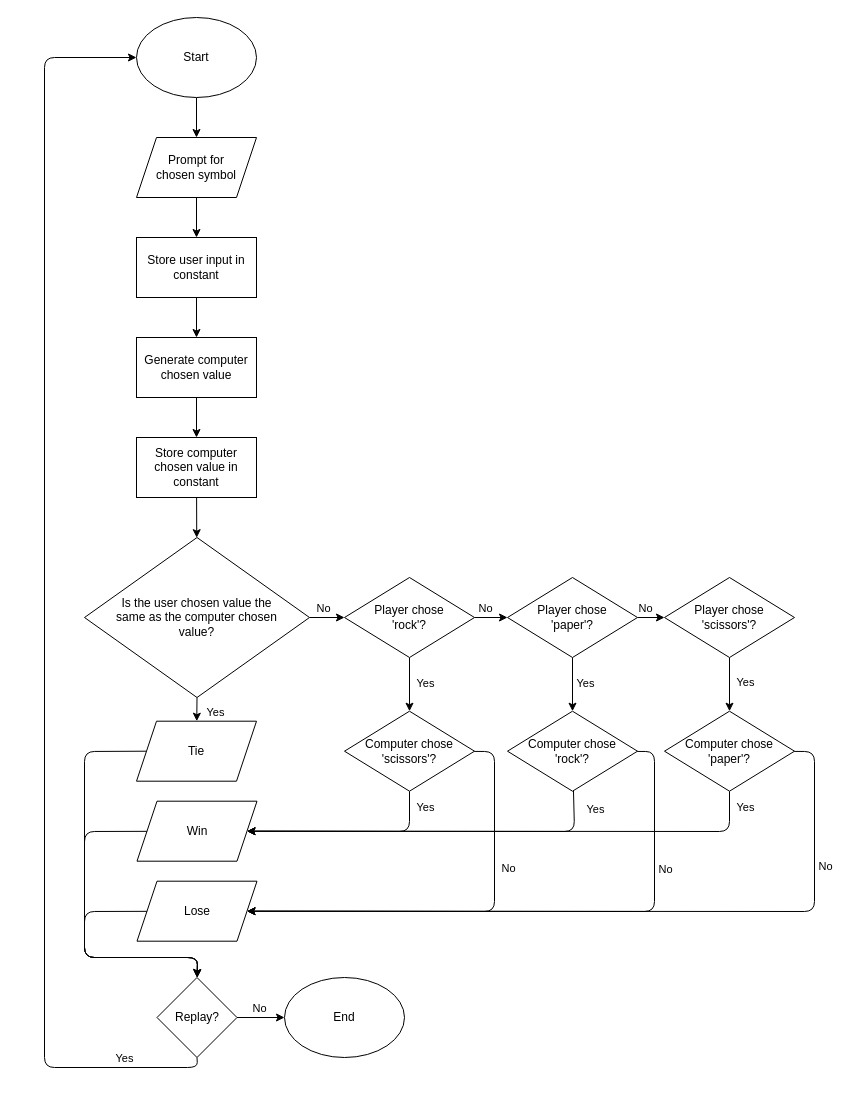
zoard-ehmann/odin-rock-paper-scissors keeps this draw.io diagram as algorithm/algorithm.drawio. Above is the earlier version. Source tidied: cells renumbered, new cells numbered last; positions are measured from the earlier drawing's top-left corner, leaving out a move shared by most shapes. Both pictures are drawn from the tidied source at 100%, with x=0, y=0 at pixel (44, 17).
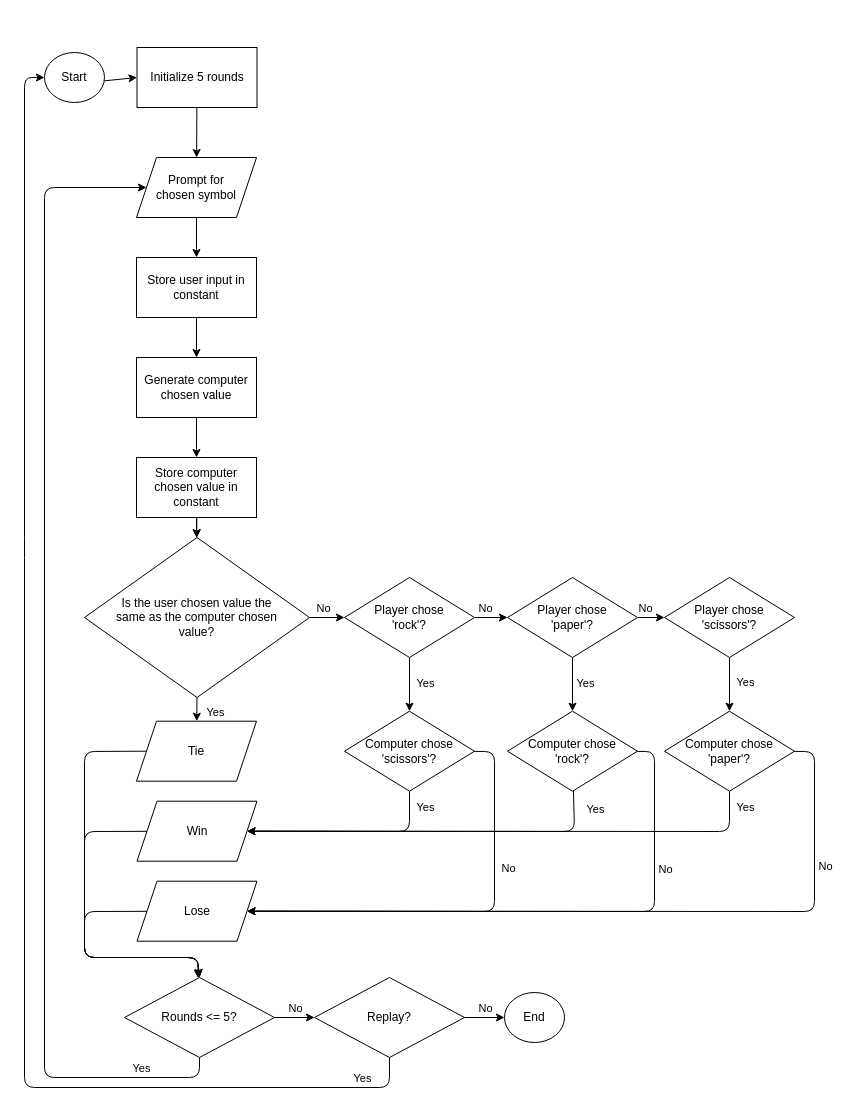
The same page after the edit.

Commit message (it also covers changes not shown here):
docs: Update algorithm with 5 rounds

Unchanged cells that the change refers to:
```xml
<mxCell id="12" value="Is the user chosen value the&lt;br&gt;same as the computer chosen&lt;br&gt;value?" style="rhombus;whiteSpace=wrap;html=1;" parent="1" vertex="1">
  <mxGeometry x="40" y="520" width="225" height="160" as="geometry" />
</mxCell>
```

What changed in the source:
```diff
@@
-    <mxCell id="2" style="edgeStyle=none;html=1;" parent="1" edge="1" source="3" target="21">
-      <mxGeometry relative="1" as="geometry" />
-    </mxCell>
+    <mxCell id="57" style="edgeStyle=none;html=1;" parent="1" edge="1" source="3" target="67">
+      <mxGeometry relative="1" as="geometry" />
+    </mxCell>
     <mxCell id="3" value="Start" style="ellipse;whiteSpace=wrap;html=1;" parent="1" vertex="1">
-      <mxGeometry x="92" width="120" height="80" as="geometry" />
+      <mxGeometry y="35" width="60" height="50" as="geometry" />
     </mxCell>
@@
     <mxCell id="5" value="Store user input in constant" style="rounded=0;whiteSpace=wrap;html=1;" parent="1" vertex="1">
-      <mxGeometry x="92" y="220" width="120" height="60" as="geometry" />
+      <mxGeometry x="92" y="240" width="120" height="60" as="geometry" />
     </mxCell>
@@
     <mxCell id="7" value="Generate computer chosen value" style="rounded=0;whiteSpace=wrap;html=1;" parent="1" vertex="1">
-      <mxGeometry x="92" y="320" width="120" height="60" as="geometry" />
+      <mxGeometry x="92" y="340" width="120" height="60" as="geometry" />
     </mxCell>
@@
     <mxCell id="21" value="Prompt for&lt;br&gt;chosen symbol" style="shape=parallelogram;perimeter=parallelogramPerimeter;whiteSpace=wrap;html=1;fixedSize=1;" parent="1" vertex="1">
-      <mxGeometry x="92" y="120" width="120" height="60" as="geometry" />
+      <mxGeometry x="92" y="140" width="120" height="60" as="geometry" />
     </mxCell>
-    <mxCell id="22" style="edgeStyle=none;html=1;" parent="1" edge="1" source="23" target="12">
-      <mxGeometry relative="1" as="geometry" />
+    <mxCell id="22" style="edgeStyle=none;html=1;" parent="1" edge="1" target="12">
+      <mxGeometry relative="1" as="geometry">
+        <mxPoint x="152.1" y="480" as="sourcePoint" />
+      </mxGeometry>
     </mxCell>
+    <mxCell id="58" style="edgeStyle=none;html=1;" parent="1" edge="1" source="23" target="12">
+      <mxGeometry relative="1" as="geometry" />
+    </mxCell>
     <mxCell id="23" value="Store computer chosen value in constant" style="rounded=0;whiteSpace=wrap;html=1;" parent="1" vertex="1">
-      <mxGeometry x="92" y="420" width="120" height="60" as="geometry" />
+      <mxGeometry x="92" y="440" width="120" height="60" as="geometry" />
     </mxCell>
-    <mxCell id="24" style="edgeStyle=none;html=1;entryX=0;entryY=0.5;entryDx=0;entryDy=0;exitX=0.5;exitY=1;exitDx=0;exitDy=0;" parent="1" edge="1" source="28" target="3">
+    <mxCell id="24" style="edgeStyle=none;html=1;entryX=0;entryY=0.5;entryDx=0;entryDy=0;exitX=0.5;exitY=1;exitDx=0;exitDy=0;" parent="1" edge="1" source="28" target="21">
       <mxGeometry relative="1" as="geometry">
         <Array as="points">
-          <mxPoint x="153" y="1050" />
-          <mxPoint y="1050" />
-          <mxPoint y="40" />
+          <mxPoint x="155" y="1060" />
+          <mxPoint y="1060" />
+          <mxPoint y="170" />
         </Array>
       </mxGeometry>
     </mxCell>
@@
-    <mxCell id="26" style="edgeStyle=none;html=1;" parent="1" edge="1" source="28" target="56">
-      <mxGeometry relative="1" as="geometry" />
-    </mxCell>
-    <mxCell id="27" value="No" style="edgeLabel;html=1;align=center;verticalAlign=middle;" parent="26" vertex="1">
-      <mxGeometry x="-0.52" y="-1" relative="1" as="geometry">
-        <mxPoint x="11" y="-11" as="offset" />
-      </mxGeometry>
-    </mxCell>
+    <mxCell id="59" style="edgeStyle=none;html=1;" parent="1" edge="1" source="28" target="65">
+      <mxGeometry relative="1" as="geometry" />
+    </mxCell>
+    <mxCell id="60" value="No" style="edgeLabel;html=1;align=center;verticalAlign=middle;" parent="59" vertex="1">
+      <mxGeometry x="-0.46" y="3" relative="1" as="geometry">
+        <mxPoint x="9" y="-7" as="offset" />
+      </mxGeometry>
+    </mxCell>
-    <mxCell id="28" value="Replay?" style="rhombus;whiteSpace=wrap;html=1;" parent="1" vertex="1">
-      <mxGeometry x="112.5" y="960" width="80" height="80" as="geometry" />
+    <mxCell id="28" value="Rounds &amp;lt;= 5?" style="rhombus;whiteSpace=wrap;html=1;" parent="1" vertex="1">
+      <mxGeometry x="80" y="960" width="150" height="80" as="geometry" />
     </mxCell>
@@
+    <mxCell id="61" style="edgeStyle=none;html=1;" parent="1" edge="1" source="65" target="56">
+      <mxGeometry relative="1" as="geometry" />
+    </mxCell>
+    <mxCell id="62" value="No" style="edgeLabel;html=1;align=center;verticalAlign=middle;" parent="61" vertex="1">
+      <mxGeometry x="-0.46" relative="1" as="geometry">
+        <mxPoint x="9" y="-10" as="offset" />
+      </mxGeometry>
+    </mxCell>
+    <mxCell id="63" style="edgeStyle=none;html=1;entryX=0;entryY=0.5;entryDx=0;entryDy=0;" parent="1" edge="1" source="65" target="3">
+      <mxGeometry relative="1" as="geometry">
+        <Array as="points">
+          <mxPoint x="345" y="1070" />
+          <mxPoint x="-20" y="1070" />
+          <mxPoint x="-20" y="530" />
+          <mxPoint x="-20" y="60" />
+        </Array>
+      </mxGeometry>
+    </mxCell>
+    <mxCell id="64" value="Yes" style="edgeLabel;html=1;align=center;verticalAlign=middle;" parent="63" vertex="1">
+      <mxGeometry x="-0.89" y="-1" relative="1" as="geometry">
+        <mxPoint x="20" y="-9" as="offset" />
+      </mxGeometry>
+    </mxCell>
+    <mxCell id="65" value="Replay?" style="rhombus;whiteSpace=wrap;html=1;" parent="1" vertex="1">
+      <mxGeometry x="270" y="960" width="150" height="80" as="geometry" />
+    </mxCell>
+    <mxCell id="66" style="edgeStyle=none;html=1;" parent="1" edge="1" source="67" target="21">
+      <mxGeometry relative="1" as="geometry" />
+    </mxCell>
+    <mxCell id="67" value="Initialize 5 rounds" style="rounded=0;whiteSpace=wrap;html=1;" parent="1" vertex="1">
+      <mxGeometry x="92.5" y="30" width="120" height="60" as="geometry" />
+    </mxCell>
     <mxCell id="56" value="End" style="ellipse;whiteSpace=wrap;html=1;" parent="1" vertex="1">
-      <mxGeometry x="240" y="960" width="120" height="80" as="geometry" />
+      <mxGeometry x="460" y="975" width="60" height="50" as="geometry" />
     </mxCell>
```
